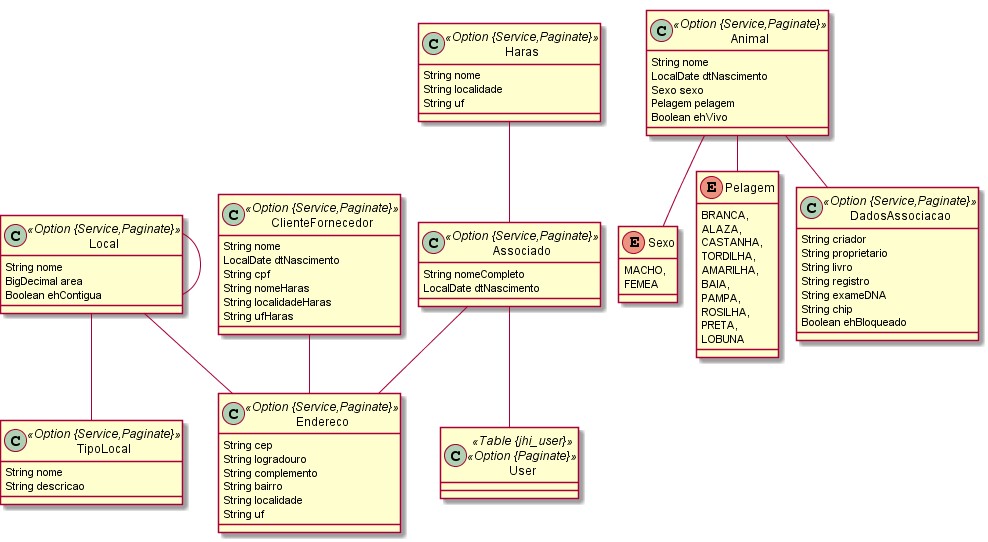
This is mmgestor.png from mjagfilho/mmgestor, a PlantUML export, as it was before one commit.
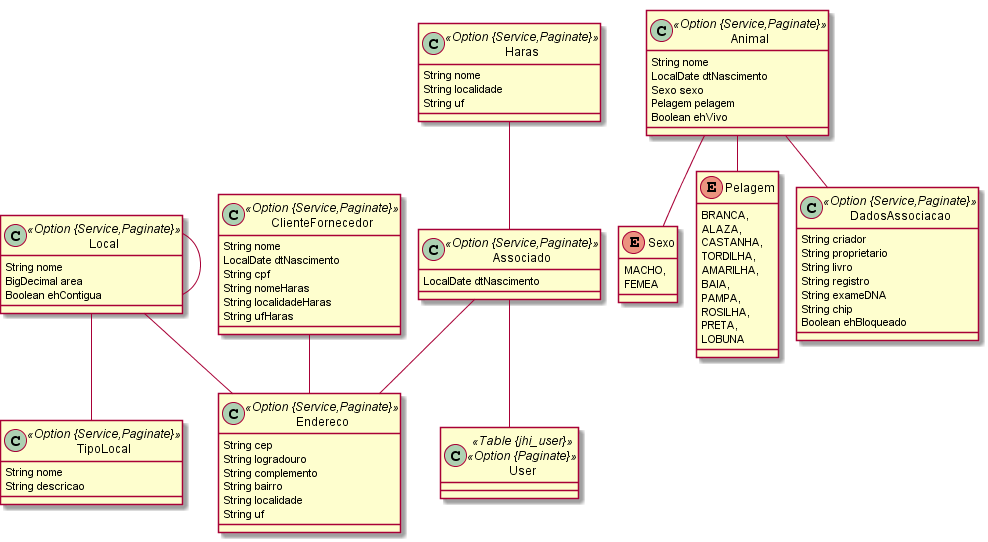
The same file after the commit.

Change to the diagram source:
```diff
@@ -12,7 +12,6 @@
 		String uf
 	}
 	class Associado <<Option {Service,Paginate}>> {
-		String nomeCompleto
 		LocalDate dtNascimento
 	}
 	class Haras <<Option {Service,Paginate}>> {
```
